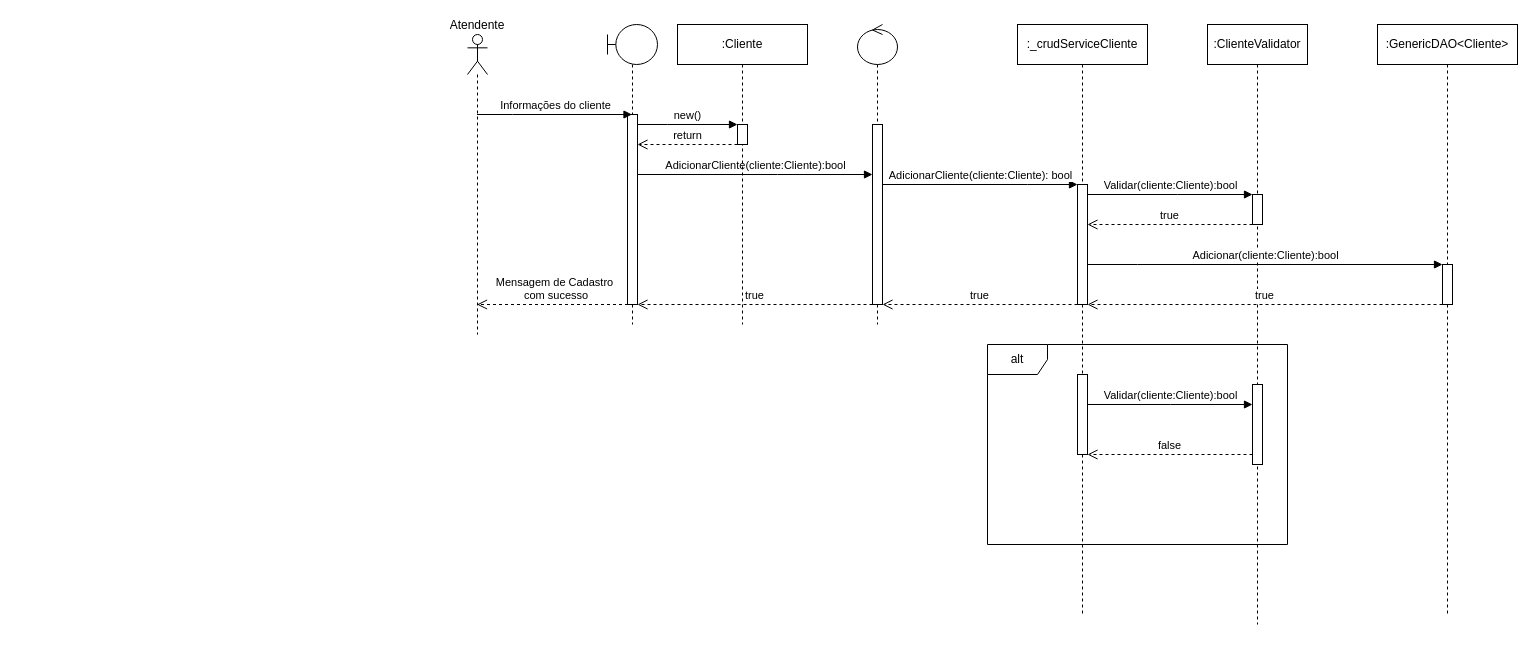
The draw.io diagram page "Diagrama de Sequência" (5 of 5) of Aluguel de carro.drawio in Anebe/AluguelCarro, before the edit. Source tidied: cells renumbered, new cells numbered last; positions are measured from the earlier drawing's top-left corner, leaving out a move shared by most shapes. Both pictures are drawn from the tidied source at 100%, with x=0, y=0 at pixel (467, 24).
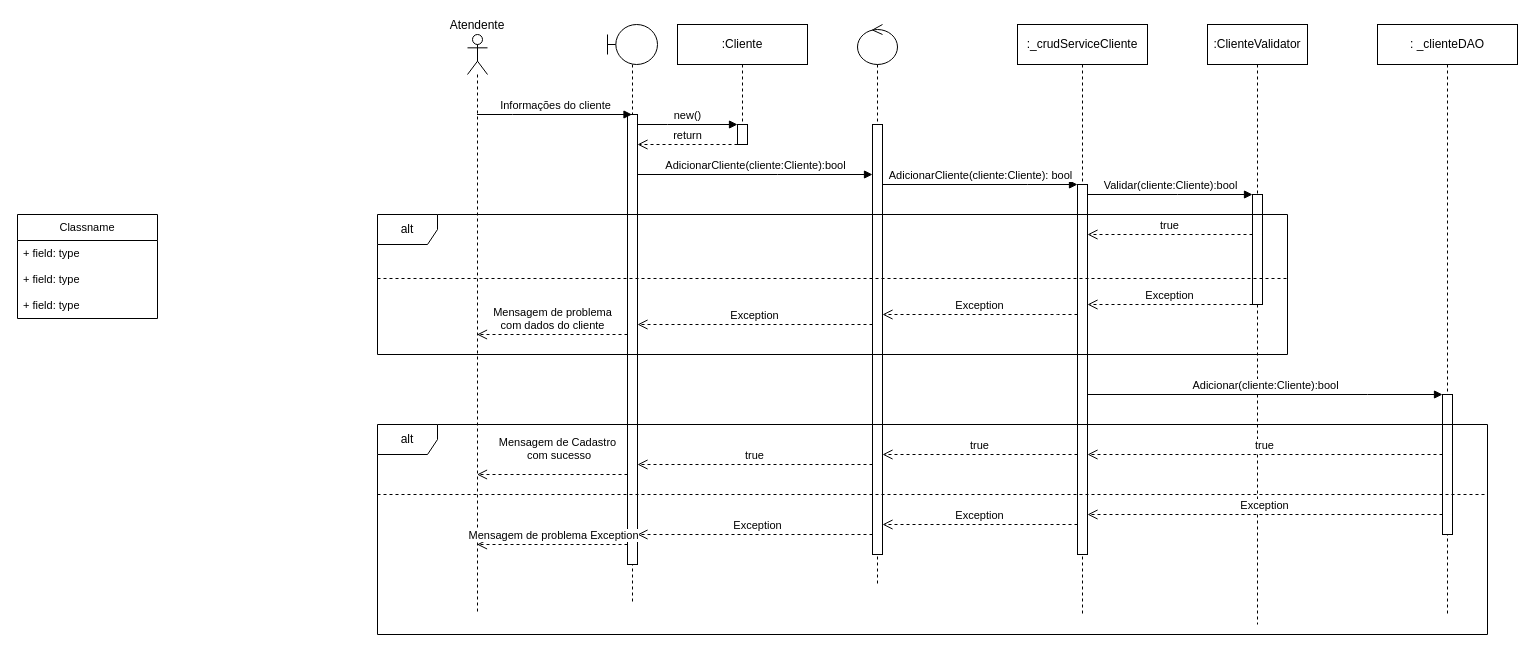
The same diagram, later.

The change refers to these unchanged cells:
```xml
<mxCell id="2" value=":_crudServiceCliente" style="shape=umlLifeline;perimeter=lifelinePerimeter;whiteSpace=wrap;html=1;newEdgeStyle={&quot;edgeStyle&quot;:&quot;elbowEdgeStyle&quot;,&quot;elbow&quot;:&quot;vertical&quot;,&quot;curved&quot;:0,&quot;rounded&quot;:0};" parent="1" vertex="1">
  <mxGeometry x="550" width="130" height="590" as="geometry" />
</mxCell>
<mxCell id="15" value=":ClienteValidator" style="shape=umlLifeline;perimeter=lifelinePerimeter;whiteSpace=wrap;html=1;newEdgeStyle={&quot;edgeStyle&quot;:&quot;elbowEdgeStyle&quot;,&quot;elbow&quot;:&quot;vertical&quot;,&quot;curved&quot;:0,&quot;rounded&quot;:0};" parent="1" vertex="1">
  <mxGeometry x="740" width="100" height="600" as="geometry" />
</mxCell>
```

The edit, as a diff of the source:
```diff
@@
     <mxCell id="3" style="html=1;points=[];perimeter=orthogonalPerimeter;outlineConnect=0;targetShapes=umlLifeline;portConstraint=eastwest;newEdgeStyle={&quot;edgeStyle&quot;:&quot;elbowEdgeStyle&quot;,&quot;elbow&quot;:&quot;vertical&quot;,&quot;curved&quot;:0,&quot;rounded&quot;:0};" parent="2" vertex="1">
-      <mxGeometry x="60" y="160" width="10" height="120" as="geometry" />
+      <mxGeometry x="60" y="160" width="10" height="370" as="geometry" />
     </mxCell>
     <mxCell id="4" value="Atendente" style="shape=umlLifeline;perimeter=lifelinePerimeter;whiteSpace=wrap;html=1;outlineConnect=0;portConstraint=eastwest;newEdgeStyle={&quot;edgeStyle&quot;:&quot;elbowEdgeStyle&quot;,&quot;elbow&quot;:&quot;vertical&quot;,&quot;curved&quot;:0,&quot;rounded&quot;:0};participant=umlActor;verticalAlign=bottom;horizontal=1;labelPosition=center;verticalLabelPosition=top;align=center;" parent="1" vertex="1">
-      <mxGeometry y="10" width="20" height="300" as="geometry" />
+      <mxGeometry y="10" width="20" height="580" as="geometry" />
     </mxCell>
     <mxCell id="5" style="shape=umlLifeline;perimeter=lifelinePerimeter;whiteSpace=wrap;html=1;outlineConnect=0;portConstraint=eastwest;newEdgeStyle={&quot;edgeStyle&quot;:&quot;elbowEdgeStyle&quot;,&quot;elbow&quot;:&quot;vertical&quot;,&quot;curved&quot;:0,&quot;rounded&quot;:0};participant=umlBoundary;" parent="1" vertex="1">
-      <mxGeometry x="140" width="50" height="300" as="geometry" />
+      <mxGeometry x="140" width="50" height="580" as="geometry" />
     </mxCell>
     <mxCell id="6" style="html=1;points=[];perimeter=orthogonalPerimeter;outlineConnect=0;targetShapes=umlLifeline;portConstraint=eastwest;newEdgeStyle={&quot;edgeStyle&quot;:&quot;elbowEdgeStyle&quot;,&quot;elbow&quot;:&quot;vertical&quot;,&quot;curved&quot;:0,&quot;rounded&quot;:0};" parent="5" vertex="1">
-      <mxGeometry x="20" y="90" width="10" height="190" as="geometry" />
+      <mxGeometry x="20" y="90" width="10" height="450" as="geometry" />
     </mxCell>
     <mxCell id="7" style="shape=umlLifeline;perimeter=lifelinePerimeter;whiteSpace=wrap;html=1;newEdgeStyle={&quot;edgeStyle&quot;:&quot;elbowEdgeStyle&quot;,&quot;elbow&quot;:&quot;vertical&quot;,&quot;curved&quot;:0,&quot;rounded&quot;:0};participant=umlControl;align=center;" parent="1" vertex="1">
-      <mxGeometry x="390" width="40" height="300" as="geometry" />
+      <mxGeometry x="390" width="40" height="560" as="geometry" />
     </mxCell>
     <mxCell id="8" style="html=1;points=[];perimeter=orthogonalPerimeter;outlineConnect=0;targetShapes=umlLifeline;portConstraint=eastwest;newEdgeStyle={&quot;edgeStyle&quot;:&quot;elbowEdgeStyle&quot;,&quot;elbow&quot;:&quot;vertical&quot;,&quot;curved&quot;:0,&quot;rounded&quot;:0};" parent="7" vertex="1">
-      <mxGeometry x="15" y="100" width="10" height="180" as="geometry" />
+      <mxGeometry x="15" y="100" width="10" height="430" as="geometry" />
     </mxCell>
@@
     <mxCell id="11" value="true" style="html=1;verticalAlign=bottom;endArrow=open;dashed=1;endSize=8;edgeStyle=elbowEdgeStyle;elbow=vertical;curved=0;rounded=0;" parent="1" edge="1" source="8" target="6">
       <mxGeometry relative="1" as="geometry">
         <Array as="points">
-          <mxPoint x="370" y="280" />
+          <mxPoint x="340" y="440" />
+          <mxPoint x="380" y="230" />
           <mxPoint x="350" y="250" />
           <mxPoint x="280" y="260" />
           <mxPoint x="220" y="180" />
           <mxPoint x="210" y="150" />
         </Array>
       </mxGeometry>
     </mxCell>
-    <mxCell id="12" value="Mensagem de Cadastro&lt;br&gt;&amp;nbsp;com sucesso" style="html=1;verticalAlign=bottom;endArrow=open;dashed=1;endSize=8;edgeStyle=elbowEdgeStyle;elbow=vertical;curved=0;rounded=0;exitX=0;exitY=0.429;exitDx=0;exitDy=0;exitPerimeter=0;" parent="1" edge="1" source="6" target="4">
-      <mxGeometry x="0.4" relative="1" as="geometry">
+    <mxCell id="12" value="Mensagem de Cadastro&lt;br&gt;&amp;nbsp;com sucesso" style="html=1;verticalAlign=bottom;endArrow=open;dashed=1;endSize=8;edgeStyle=elbowEdgeStyle;elbow=vertical;curved=0;rounded=0;labelBackgroundColor=none;" parent="1" edge="1" source="6" target="4">
+      <mxGeometry x="-0.07" y="-10" relative="1" as="geometry">
         <Array as="points">
+          <mxPoint x="100" y="450" />
+          <mxPoint x="120" y="460" />
+          <mxPoint x="140" y="240" />
           <mxPoint x="50" y="280" />
           <mxPoint x="130" y="260" />
           <mxPoint x="70" y="280" />
           <mxPoint x="80" y="250" />
           <mxPoint x="80" y="200" />
           <mxPoint x="90" y="170" />
           <mxPoint x="145" y="140" />
         </Array>
       </mxGeometry>
     </mxCell>
-    <mxCell id="13" value=":GenericDAO&amp;lt;Cliente&amp;gt;" style="shape=umlLifeline;perimeter=lifelinePerimeter;whiteSpace=wrap;html=1;newEdgeStyle={&quot;edgeStyle&quot;:&quot;elbowEdgeStyle&quot;,&quot;elbow&quot;:&quot;vertical&quot;,&quot;curved&quot;:0,&quot;rounded&quot;:0};" parent="1" vertex="1">
+    <mxCell id="13" value=": _clienteDAO" style="shape=umlLifeline;perimeter=lifelinePerimeter;whiteSpace=wrap;html=1;newEdgeStyle={&quot;edgeStyle&quot;:&quot;elbowEdgeStyle&quot;,&quot;elbow&quot;:&quot;vertical&quot;,&quot;curved&quot;:0,&quot;rounded&quot;:0};" parent="1" vertex="1">
       <mxGeometry x="910" width="140" height="590" as="geometry" />
     </mxCell>
     <mxCell id="14" style="html=1;points=[];perimeter=orthogonalPerimeter;outlineConnect=0;targetShapes=umlLifeline;portConstraint=eastwest;newEdgeStyle={&quot;edgeStyle&quot;:&quot;elbowEdgeStyle&quot;,&quot;elbow&quot;:&quot;vertical&quot;,&quot;curved&quot;:0,&quot;rounded&quot;:0};" parent="13" vertex="1">
-      <mxGeometry x="65" y="240" width="10" height="40" as="geometry" />
+      <mxGeometry x="65" y="370" width="10" height="140" as="geometry" />
     </mxCell>
@@
     <mxCell id="16" style="html=1;points=[];perimeter=orthogonalPerimeter;outlineConnect=0;targetShapes=umlLifeline;portConstraint=eastwest;newEdgeStyle={&quot;edgeStyle&quot;:&quot;elbowEdgeStyle&quot;,&quot;elbow&quot;:&quot;vertical&quot;,&quot;curved&quot;:0,&quot;rounded&quot;:0};" parent="15" vertex="1">
-      <mxGeometry x="45" y="170" width="10" height="30" as="geometry" />
+      <mxGeometry x="45" y="170" width="10" height="110" as="geometry" />
     </mxCell>
@@
     <mxCell id="19" value="true" style="html=1;verticalAlign=bottom;endArrow=open;dashed=1;endSize=8;edgeStyle=elbowEdgeStyle;elbow=vertical;curved=0;rounded=0;" parent="1" edge="1" source="16" target="3">
       <mxGeometry relative="1" as="geometry">
         <Array as="points">
+          <mxPoint x="730" y="210" />
           <mxPoint x="710" y="200" />
         </Array>
       </mxGeometry>
     </mxCell>
     <mxCell id="20" value="Adicionar(cliente:Cliente):bool" style="html=1;verticalAlign=bottom;endArrow=block;edgeStyle=elbowEdgeStyle;elbow=vertical;curved=0;rounded=0;" parent="1" edge="1" source="3" target="14">
       <mxGeometry relative="1" as="geometry">
         <Array as="points">
+          <mxPoint x="900" y="370" />
+          <mxPoint x="880" y="360" />
+          <mxPoint x="710" y="350" />
+          <mxPoint x="900" y="330" />
           <mxPoint x="670" y="240" />
           <mxPoint x="790" y="250" />
         </Array>
       </mxGeometry>
     </mxCell>
-    <mxCell id="21" value="true" style="html=1;verticalAlign=bottom;endArrow=open;dashed=1;endSize=8;edgeStyle=elbowEdgeStyle;elbow=vertical;curved=0;rounded=0;" parent="1" edge="1" source="14" target="3">
+    <mxCell id="21" value="Exception" style="html=1;verticalAlign=bottom;endArrow=open;dashed=1;endSize=8;edgeStyle=elbowEdgeStyle;elbow=vertical;curved=0;rounded=0;" parent="1" edge="1" source="14" target="3">
       <mxGeometry relative="1" as="geometry">
         <Array as="points">
+          <mxPoint x="700" y="490" />
+          <mxPoint x="890" y="490" />
+          <mxPoint x="860" y="490" />
+          <mxPoint x="750" y="380" />
+          <mxPoint x="890" y="350" />
           <mxPoint x="890" y="280" />
           <mxPoint x="800" y="300" />
           <mxPoint x="730" y="280" />
         </Array>
       </mxGeometry>
     </mxCell>
     <mxCell id="22" value="true" style="html=1;verticalAlign=bottom;endArrow=open;dashed=1;endSize=8;edgeStyle=elbowEdgeStyle;elbow=vertical;curved=0;rounded=0;" parent="1" edge="1" source="3" target="8">
       <mxGeometry relative="1" as="geometry">
         <Array as="points">
+          <mxPoint x="490" y="430" />
+          <mxPoint x="570" y="220" />
           <mxPoint x="470" y="280" />
           <mxPoint x="560" y="240" />
           <mxPoint x="510" y="250" />
           <mxPoint x="415" y="340" />
         </Array>
       </mxGeometry>
     </mxCell>
     <mxCell id="23" value=":Cliente" style="shape=umlLifeline;perimeter=lifelinePerimeter;whiteSpace=wrap;html=1;newEdgeStyle={&quot;edgeStyle&quot;:&quot;elbowEdgeStyle&quot;,&quot;elbow&quot;:&quot;vertical&quot;,&quot;curved&quot;:0,&quot;rounded&quot;:0};" parent="1" vertex="1">
-      <mxGeometry x="210" width="130" height="300" as="geometry" />
+      <mxGeometry x="210" width="130" height="120" as="geometry" />
     </mxCell>
@@
     <mxCell id="27" value="alt" style="shape=umlFrame;whiteSpace=wrap;html=1;" parent="1" vertex="1">
-      <mxGeometry x="520" y="320" width="300" height="200" as="geometry" />
+      <mxGeometry x="-90" y="190" width="910" height="140" as="geometry" />
     </mxCell>
-    <mxCell id="28" style="html=1;points=[];perimeter=orthogonalPerimeter;outlineConnect=0;targetShapes=umlLifeline;portConstraint=eastwest;newEdgeStyle={&quot;edgeStyle&quot;:&quot;elbowEdgeStyle&quot;,&quot;elbow&quot;:&quot;vertical&quot;,&quot;curved&quot;:0,&quot;rounded&quot;:0};" parent="1" vertex="1">
-      <mxGeometry x="610" y="350" width="10" height="80" as="geometry" />
-    </mxCell>
-    <mxCell id="29" style="html=1;points=[];perimeter=orthogonalPerimeter;outlineConnect=0;targetShapes=umlLifeline;portConstraint=eastwest;newEdgeStyle={&quot;edgeStyle&quot;:&quot;elbowEdgeStyle&quot;,&quot;elbow&quot;:&quot;vertical&quot;,&quot;curved&quot;:0,&quot;rounded&quot;:0};" parent="1" vertex="1">
-      <mxGeometry x="785" y="360" width="10" height="80" as="geometry" />
-    </mxCell>
-    <mxCell id="30" value="Validar(cliente:Cliente):bool" style="html=1;verticalAlign=bottom;endArrow=block;edgeStyle=elbowEdgeStyle;elbow=vertical;curved=0;rounded=0;" parent="1" edge="1" source="28" target="29">
-      <mxGeometry relative="1" as="geometry">
-        <Array as="points">
-          <mxPoint x="703" y="380" />
-        </Array>
-      </mxGeometry>
-    </mxCell>
-    <mxCell id="31" value="false" style="html=1;verticalAlign=bottom;endArrow=open;dashed=1;endSize=8;edgeStyle=elbowEdgeStyle;elbow=vertical;curved=0;rounded=0;" parent="1" edge="1" source="29" target="28">
+    <mxCell id="31" value="Exception" style="html=1;verticalAlign=bottom;endArrow=open;dashed=1;endSize=8;edgeStyle=elbowEdgeStyle;elbow=vertical;curved=0;rounded=0;" parent="1" edge="1" source="16" target="3">
       <mxGeometry relative="1" as="geometry">
         <Array as="points">
+          <mxPoint x="660" y="280" />
+          <mxPoint x="720" y="270" />
+          <mxPoint x="690" y="250" />
           <mxPoint x="710" y="430" />
         </Array>
       </mxGeometry>
     </mxCell>
+    <mxCell id="32" value="Exception" style="html=1;verticalAlign=bottom;endArrow=open;dashed=1;endSize=8;edgeStyle=elbowEdgeStyle;elbow=vertical;curved=0;rounded=0;" parent="1" edge="1" source="3" target="8">
+      <mxGeometry relative="1" as="geometry">
+        <Array as="points">
+          <mxPoint x="590" y="290" />
+          <mxPoint x="550" y="280" />
+          <mxPoint x="610" y="250" />
+          <mxPoint x="700" y="260" />
+          <mxPoint x="720" y="440" />
+        </Array>
+      </mxGeometry>
+    </mxCell>
+    <mxCell id="33" value="Exception" style="html=1;verticalAlign=bottom;endArrow=open;dashed=1;endSize=8;edgeStyle=elbowEdgeStyle;elbow=vertical;curved=0;rounded=0;" parent="1" edge="1" source="8" target="6">
+      <mxGeometry relative="1" as="geometry">
+        <Array as="points">
+          <mxPoint x="360" y="300" />
+          <mxPoint x="312.5" y="269.5" />
+          <mxPoint x="372.5" y="239.5" />
+          <mxPoint x="462.5" y="249.5" />
+          <mxPoint x="482.5" y="429.5" />
+        </Array>
+      </mxGeometry>
+    </mxCell>
+    <mxCell id="34" value="Mensagem de problema &lt;br&gt;com dados do cliente" style="html=1;verticalAlign=bottom;endArrow=open;dashed=1;endSize=8;edgeStyle=elbowEdgeStyle;elbow=vertical;curved=0;rounded=0;labelBackgroundColor=none;strokeColor=default;fontFamily=Helvetica;fontSize=11;fontColor=default;shape=connector;" parent="1" edge="1" source="6" target="4">
+      <mxGeometry relative="1" as="geometry">
+        <Array as="points">
+          <mxPoint x="130" y="310" />
+          <mxPoint x="90" y="300" />
+        </Array>
+      </mxGeometry>
+    </mxCell>
+    <mxCell id="35" style="line;strokeWidth=1;fillColor=none;align=left;verticalAlign=middle;spacingTop=-1;spacingLeft=3;spacingRight=3;labelPosition=right;strokeColor=inherit;fontFamily=Helvetica;fontSize=11;fontColor=default;labelBackgroundColor=none;dashed=1;" parent="1" vertex="1">
+      <mxGeometry x="-90" y="250" width="910" height="8" as="geometry" />
+    </mxCell>
+    <mxCell id="36" value="alt" style="shape=umlFrame;whiteSpace=wrap;html=1;" parent="1" vertex="1">
+      <mxGeometry x="-90" y="400" width="1110" height="210" as="geometry" />
+    </mxCell>
+    <mxCell id="37" style="line;strokeWidth=1;fillColor=none;align=left;verticalAlign=middle;spacingTop=-1;spacingLeft=3;spacingRight=3;labelPosition=right;strokeColor=inherit;fontFamily=Helvetica;fontSize=11;fontColor=default;labelBackgroundColor=none;dashed=1;" parent="1" vertex="1">
+      <mxGeometry x="-90" y="466" width="1110" height="8" as="geometry" />
+    </mxCell>
+    <mxCell id="38" value="true" style="html=1;verticalAlign=bottom;endArrow=open;dashed=1;endSize=8;edgeStyle=elbowEdgeStyle;elbow=vertical;curved=0;rounded=0;" parent="1" edge="1" source="14" target="3">
+      <mxGeometry relative="1" as="geometry">
+        <Array as="points">
+          <mxPoint x="880" y="430" />
+          <mxPoint x="760" y="390" />
+          <mxPoint x="900" y="360" />
+          <mxPoint x="900" y="290" />
+          <mxPoint x="810" y="310" />
+          <mxPoint x="740" y="290" />
+        </Array>
+      </mxGeometry>
+    </mxCell>
+    <mxCell id="39" value="Exception" style="html=1;verticalAlign=bottom;endArrow=open;dashed=1;endSize=8;edgeStyle=elbowEdgeStyle;elbow=vertical;curved=0;rounded=0;" parent="1" edge="1" source="3" target="8">
+      <mxGeometry relative="1" as="geometry">
+        <Array as="points">
+          <mxPoint x="510" y="500" />
+          <mxPoint x="540" y="580" />
+          <mxPoint x="430" y="470" />
+          <mxPoint x="570" y="440" />
+          <mxPoint x="570" y="370" />
+          <mxPoint x="480" y="390" />
+          <mxPoint x="410" y="370" />
+        </Array>
+      </mxGeometry>
+    </mxCell>
+    <mxCell id="40" value="Exception" style="html=1;verticalAlign=bottom;endArrow=open;dashed=1;endSize=8;edgeStyle=elbowEdgeStyle;elbow=vertical;curved=0;rounded=0;" parent="1" edge="1" source="8" target="6">
+      <mxGeometry x="-0.02" relative="1" as="geometry">
+        <Array as="points">
+          <mxPoint x="380" y="510" />
+          <mxPoint x="330" y="510" />
+          <mxPoint x="458" y="570" />
+          <mxPoint x="428" y="570" />
+          <mxPoint x="318" y="460" />
+          <mxPoint x="458" y="430" />
+          <mxPoint x="458" y="360" />
+          <mxPoint x="368" y="380" />
+          <mxPoint x="298" y="360" />
+        </Array>
+      </mxGeometry>
+    </mxCell>
+    <mxCell id="41" value="Mensagem de problema Exception" style="html=1;verticalAlign=bottom;endArrow=open;dashed=1;endSize=8;edgeStyle=elbowEdgeStyle;elbow=vertical;curved=0;rounded=0;" parent="1" edge="1" source="6" target="4">
+      <mxGeometry x="-0.02" relative="1" as="geometry">
+        <Array as="points">
+          <mxPoint x="130" y="520" />
+          <mxPoint x="90" y="510" />
+          <mxPoint x="218" y="640" />
+          <mxPoint x="188" y="640" />
+          <mxPoint x="78" y="530" />
+          <mxPoint x="218" y="500" />
+          <mxPoint x="218" y="430" />
+          <mxPoint x="128" y="450" />
+          <mxPoint x="58" y="430" />
+        </Array>
+      </mxGeometry>
+    </mxCell>
+    <mxCell id="42" value="Classname" style="swimlane;fontStyle=0;horizontal=1;startSize=26;fillColor=none;whiteSpace=wrap;html=1;fontFamily=Helvetica;fontSize=11;fontColor=default;" parent="1" vertex="1">
+      <mxGeometry x="-450" y="190" width="140" height="104" as="geometry" />
+    </mxCell>
+    <mxCell id="43" value="+ field: type" style="text;strokeColor=none;fillColor=none;align=left;verticalAlign=top;spacingLeft=4;spacingRight=4;overflow=hidden;whiteSpace=wrap;html=1;fontSize=11;fontFamily=Helvetica;fontColor=default;" parent="42" vertex="1">
+      <mxGeometry y="26" width="140" height="26" as="geometry" />
+    </mxCell>
+    <mxCell id="44" value="+ field: type" style="text;strokeColor=none;fillColor=none;align=left;verticalAlign=top;spacingLeft=4;spacingRight=4;overflow=hidden;whiteSpace=wrap;html=1;fontSize=11;fontFamily=Helvetica;fontColor=default;" parent="42" vertex="1">
+      <mxGeometry y="52" width="140" height="26" as="geometry" />
+    </mxCell>
+    <mxCell id="45" value="+ field: type" style="text;strokeColor=none;fillColor=none;align=left;verticalAlign=top;spacingLeft=4;spacingRight=4;overflow=hidden;whiteSpace=wrap;html=1;fontSize=11;fontFamily=Helvetica;fontColor=default;" parent="42" vertex="1">
+      <mxGeometry y="78" width="140" height="26" as="geometry" />
+    </mxCell>
```
